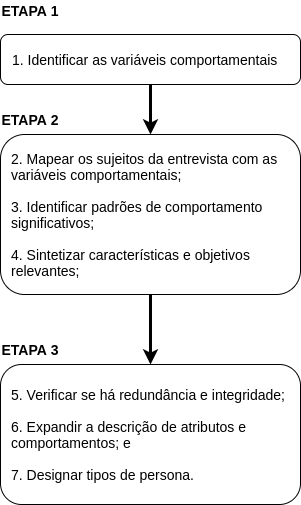
Before: figuras/personas/process_persona.png, a diagram exported from draw.io (Mateusas3s/TCC-1---Jogos-S-rios-em-IHC). Source tidied: cells renumbered, new cells last; positions are measured from the earlier drawing's top-left corner, leaving out a move shared by most shapes.
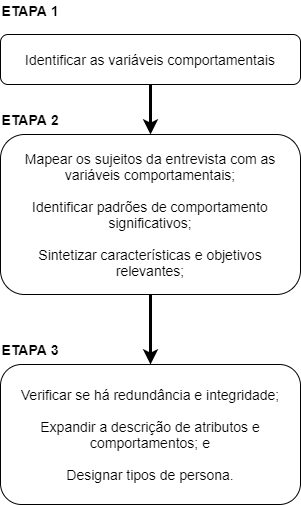
After the commit.

Diff of the diagram source:
```diff
@@ -5,19 +5,19 @@
     <mxCell id="2" style="edgeStyle=orthogonalEdgeStyle;rounded=0;jettySize=auto;html=1;entryX=0.5;entryY=0;entryDx=0;entryDy=0;strokeWidth=3;" parent="1" edge="1" source="3" target="5">
       <mxGeometry relative="1" as="geometry" />
     </mxCell>
-    <mxCell id="3" value="&lt;font style=&quot;font-size: 14px&quot;&gt;1. Identificar as variáveis comportamentais&lt;/font&gt;" style="rounded=1;whiteSpace=wrap;html=1;spacing=12;align=left;" parent="1" vertex="1">
+    <mxCell id="3" value="&lt;font style=&quot;font-size: 14px&quot;&gt;Identificar as variáveis comportamentais&lt;/font&gt;" style="rounded=1;whiteSpace=wrap;html=1;spacing=12;align=center;" parent="1" vertex="1">
       <mxGeometry y="34" width="300" height="50" as="geometry" />
     </mxCell>
     <mxCell id="4" style="edgeStyle=orthogonalEdgeStyle;rounded=0;jettySize=auto;html=1;entryX=0.5;entryY=0;entryDx=0;entryDy=0;strokeWidth=3;" parent="1" edge="1" source="5" target="7">
       <mxGeometry relative="1" as="geometry" />
     </mxCell>
-    <mxCell id="5" value="&lt;div style=&quot;text-align: left ; font-size: 14px&quot;&gt;&lt;font style=&quot;font-size: 14px&quot;&gt;2. Mapear os sujeitos da entrevista com as variáveis comportamentais;&lt;/font&gt;&lt;/div&gt;&lt;div style=&quot;text-align: left ; font-size: 14px&quot;&gt;&lt;font style=&quot;font-size: 14px&quot;&gt;&lt;br&gt;&lt;/font&gt;&lt;/div&gt;&lt;div style=&quot;text-align: left ; font-size: 14px&quot;&gt;&lt;span&gt;&lt;font style=&quot;font-size: 14px&quot;&gt;3.&amp;nbsp;Identificar padrões de comportamento significativos;&lt;/font&gt;&lt;/span&gt;&lt;/div&gt;&lt;div style=&quot;text-align: left ; font-size: 14px&quot;&gt;&lt;font style=&quot;font-size: 14px&quot;&gt;&lt;br&gt;&lt;/font&gt;&lt;/div&gt;&lt;div style=&quot;text-align: left ; font-size: 14px&quot;&gt;&lt;font style=&quot;font-size: 14px&quot;&gt;4. Sintetizar características e objetivos relevantes;&lt;/font&gt;&lt;/div&gt;" style="rounded=1;whiteSpace=wrap;html=1;spacing=12;" parent="1" vertex="1">
+    <mxCell id="5" value="&lt;div style=&quot;font-size: 14px&quot;&gt;&lt;font style=&quot;font-size: 14px&quot;&gt;Mapear os sujeitos da entrevista com as variáveis comportamentais;&lt;/font&gt;&lt;/div&gt;&lt;div style=&quot;font-size: 14px&quot;&gt;&lt;font style=&quot;font-size: 14px&quot;&gt;&lt;br&gt;&lt;/font&gt;&lt;/div&gt;&lt;div style=&quot;font-size: 14px&quot;&gt;&lt;span&gt;&lt;font style=&quot;font-size: 14px&quot;&gt;Identificar padrões de comportamento significativos;&lt;/font&gt;&lt;/span&gt;&lt;/div&gt;&lt;div style=&quot;font-size: 14px&quot;&gt;&lt;font style=&quot;font-size: 14px&quot;&gt;&lt;br&gt;&lt;/font&gt;&lt;/div&gt;&lt;div style=&quot;font-size: 14px&quot;&gt;&lt;font style=&quot;font-size: 14px&quot;&gt;Sintetizar características e objetivos relevantes;&lt;/font&gt;&lt;/div&gt;" style="rounded=1;whiteSpace=wrap;html=1;spacing=12;align=center;" parent="1" vertex="1">
       <mxGeometry y="134" width="300" height="160" as="geometry" />
     </mxCell>
     <mxCell id="6" value="&lt;b&gt;&lt;font style=&quot;font-size: 14px&quot;&gt;ETAPA 1&lt;/font&gt;&lt;/b&gt;" style="text;html=1;strokeColor=none;fillColor=none;align=center;verticalAlign=middle;whiteSpace=wrap;rounded=0;" parent="1" vertex="1">
       <mxGeometry width="60" height="20" as="geometry" />
     </mxCell>
-    <mxCell id="7" value="&lt;div style=&quot;text-align: left ; font-size: 14px&quot;&gt;&lt;div&gt;5. Verificar se há redundância e integridade;&lt;/div&gt;&lt;div&gt;&lt;br&gt;&lt;/div&gt;&lt;div&gt;6. Expandir a descrição de atributos e comportamentos; e&lt;/div&gt;&lt;div&gt;&lt;br&gt;&lt;/div&gt;&lt;div&gt;7. Designar tipos de persona.&lt;/div&gt;&lt;/div&gt;" style="rounded=1;whiteSpace=wrap;html=1;spacing=12;" parent="1" vertex="1">
+    <mxCell id="7" value="&lt;div style=&quot;font-size: 14px&quot;&gt;&lt;div&gt;Verificar se há redundância e integridade;&lt;/div&gt;&lt;div&gt;&lt;br&gt;&lt;/div&gt;&lt;div&gt;Expandir a descrição de atributos e comportamentos; e&lt;/div&gt;&lt;div&gt;&lt;span&gt;&lt;br&gt;&lt;/span&gt;&lt;/div&gt;&lt;div&gt;&lt;span&gt;Designar tipos de persona.&lt;/span&gt;&lt;br&gt;&lt;/div&gt;&lt;/div&gt;" style="rounded=1;whiteSpace=wrap;html=1;spacing=12;" parent="1" vertex="1">
       <mxGeometry y="364" width="300" height="140" as="geometry" />
     </mxCell>
     <mxCell id="8" value="&lt;b&gt;&lt;font style=&quot;font-size: 14px&quot;&gt;ETAPA 2&lt;/font&gt;&lt;/b&gt;" style="text;html=1;strokeColor=none;fillColor=none;align=center;verticalAlign=middle;whiteSpace=wrap;rounded=0;" parent="1" vertex="1">
```
